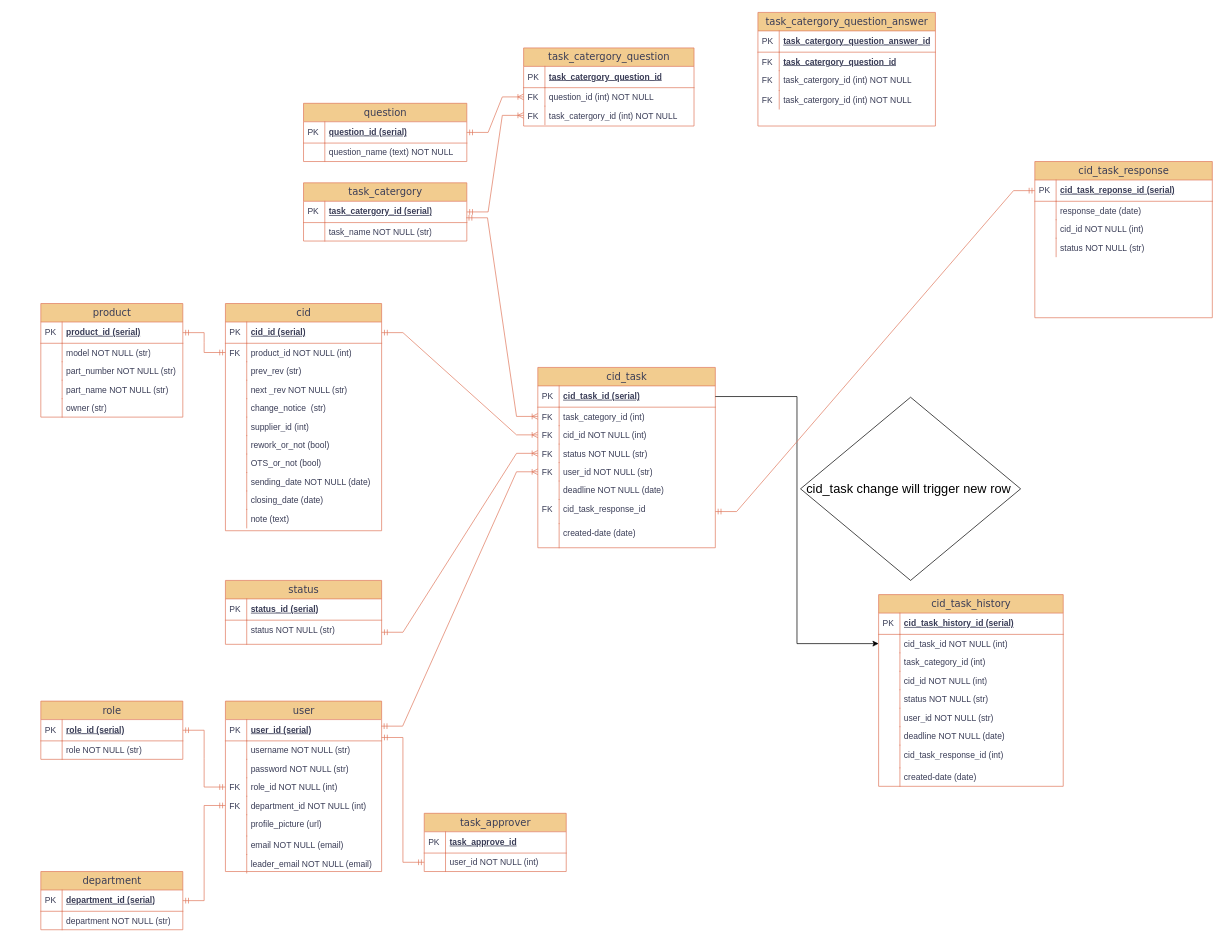
Before: Untitled Diagram.drawio in HieuBuiCong/ResumeHieuBC, a draw.io diagram. Source tidied: cells renumbered, new cells numbered last; positions are measured from the earlier drawing's top-left corner, leaving out a move shared by most shapes. Both pictures are drawn from the tidied source at 71%, with x=0, y=0 at pixel (40, 12).
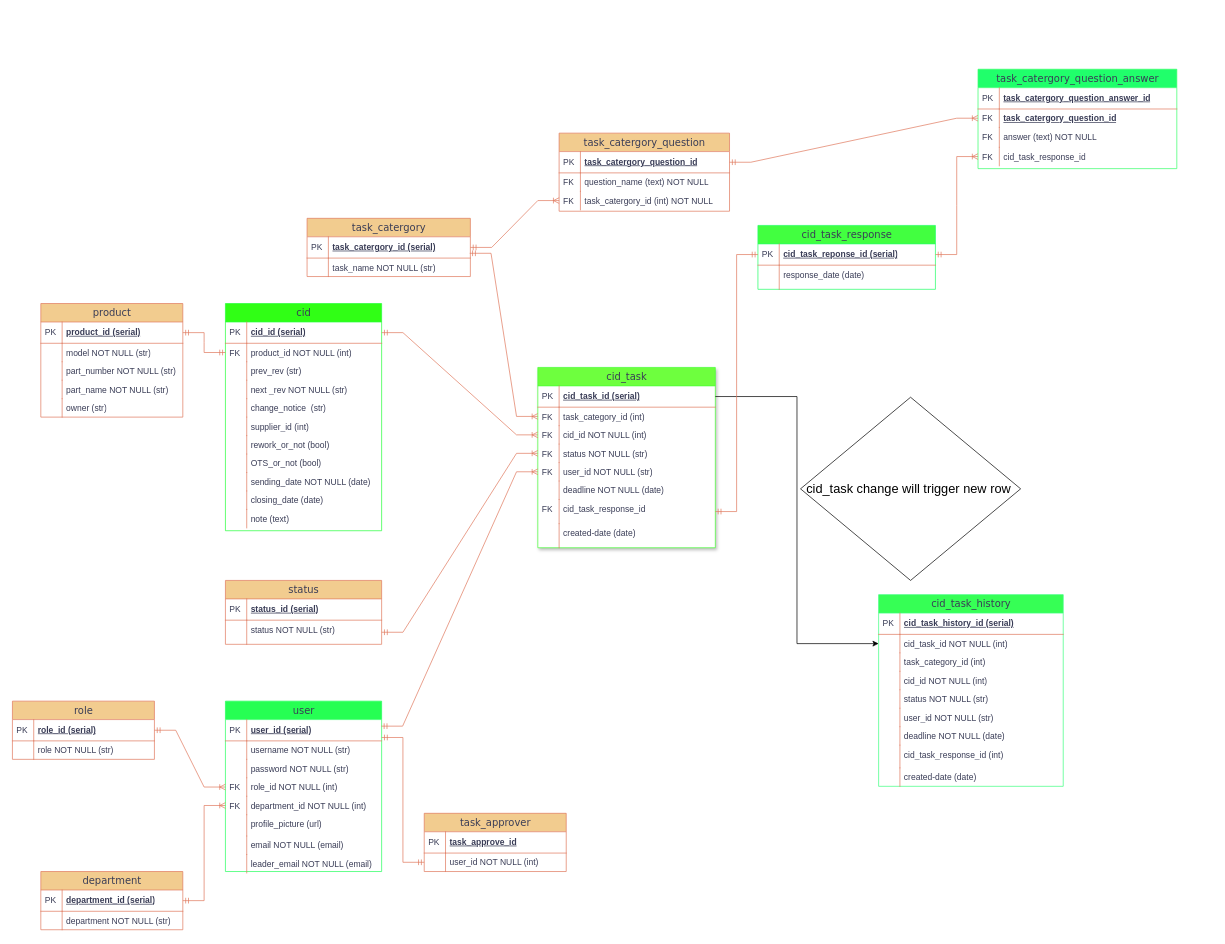
After the change.

Unchanged cells that the change refers to:
```xml
<mxCell id="9" value="role_id NOT NULL (int)" style="shape=partialRectangle;top=0;left=0;right=0;bottom=0;html=1;align=left;verticalAlign=top;fillColor=none;spacingLeft=34;spacingRight=4;whiteSpace=wrap;overflow=hidden;points=[[0,0.5],[1,0.5]];portConstraint=eastwest;labelBackgroundColor=none;strokeColor=#E07A5F;fontColor=#393C56;" parent="2" vertex="1">
  <mxGeometry y="108" width="220" height="26" as="geometry" />
</mxCell>
<mxCell id="11" value="department_id NOT NULL (int)&lt;br&gt;&lt;div&gt;&lt;br&gt;&lt;/div&gt;" style="shape=partialRectangle;top=0;left=0;right=0;bottom=0;html=1;align=left;verticalAlign=top;fillColor=none;spacingLeft=34;spacingRight=4;whiteSpace=wrap;overflow=hidden;points=[[0,0.5],[1,0.5]];portConstraint=eastwest;labelBackgroundColor=none;strokeColor=#E07A5F;fontColor=#393C56;" parent="2" vertex="1">
  <mxGeometry y="134" width="220" height="26" as="geometry" />
</mxCell>
<mxCell id="41" value="department_id (serial)" style="shape=partialRectangle;top=0;left=0;right=0;bottom=1;html=1;align=left;verticalAlign=middle;fillColor=none;spacingLeft=34;spacingRight=4;whiteSpace=wrap;overflow=hidden;points=[[0,0.5],[1,0.5]];portConstraint=eastwest;fontStyle=5;labelBackgroundColor=none;strokeColor=#E07A5F;fontColor=#393C56;" parent="40" vertex="1">
  <mxGeometry y="26" width="200" height="30" as="geometry" />
</mxCell>
<mxCell id="47" value="role_id (serial)" style="shape=partialRectangle;top=0;left=0;right=0;bottom=1;html=1;align=left;verticalAlign=middle;fillColor=none;spacingLeft=34;spacingRight=4;whiteSpace=wrap;overflow=hidden;points=[[0,0.5],[1,0.5]];portConstraint=eastwest;fontStyle=5;labelBackgroundColor=none;strokeColor=#E07A5F;fontColor=#393C56;" parent="46" vertex="1">
  <mxGeometry y="26" width="200" height="30" as="geometry" />
</mxCell>
<mxCell id="125" value="cid_task_reponse_id (serial)" style="shape=partialRectangle;top=0;left=0;right=0;bottom=1;html=1;align=left;verticalAlign=middle;fillColor=none;spacingLeft=34;spacingRight=4;whiteSpace=wrap;overflow=hidden;points=[[0,0.5],[1,0.5]];portConstraint=eastwest;fontStyle=5;labelBackgroundColor=none;strokeColor=#E07A5F;fontColor=#393C56;" parent="124" vertex="1">
  <mxGeometry y="26" width="250" height="30" as="geometry" />
</mxCell>
<mxCell id="140" value="task_catergory_question_id" style="shape=partialRectangle;top=0;left=0;right=0;bottom=1;html=1;align=left;verticalAlign=middle;fillColor=none;spacingLeft=34;spacingRight=4;whiteSpace=wrap;overflow=hidden;points=[[0,0.5],[1,0.5]];portConstraint=eastwest;fontStyle=5;strokeColor=#E07A5F;labelBackgroundColor=none;fontColor=#393C56;" parent="139" vertex="1">
  <mxGeometry y="26" width="240" height="30" as="geometry" />
</mxCell>
```

Diff of the diagram source:
```diff
@@
-    <mxCell id="2" value="user" style="swimlane;html=1;fontStyle=0;horizontal=1;startSize=26;fillColor=#F2CC8F;swimlaneFillColor=#ffffff;align=center;rounded=0;shadow=0;comic=0;labelBackgroundColor=none;strokeWidth=1;fontFamily=Verdana;fontSize=14;strokeColor=#E07A5F;fontColor=#393C56;" parent="1" vertex="1">
+    <mxCell id="2" value="user" style="swimlane;html=1;fontStyle=0;horizontal=1;startSize=26;fillColor=#26FF53;swimlaneFillColor=#ffffff;align=center;rounded=0;shadow=0;comic=0;labelBackgroundColor=none;strokeWidth=1;fontFamily=Verdana;fontSize=14;strokeColor=#26FF5E;fontColor=#393C56;" parent="1" vertex="1">
       <mxGeometry x="260" y="970" width="220" height="240" as="geometry" />
     </mxCell>
@@
-    <mxCell id="17" value="cid" style="swimlane;html=1;fontStyle=0;horizontal=1;startSize=26;fillColor=#F2CC8F;swimlaneFillColor=#ffffff;align=center;rounded=0;shadow=0;comic=0;labelBackgroundColor=none;strokeWidth=1;fontFamily=Verdana;fontSize=14;strokeColor=#E07A5F;fontColor=#393C56;" parent="1" vertex="1">
+    <mxCell id="17" value="cid" style="swimlane;html=1;fontStyle=0;horizontal=1;startSize=26;fillColor=#30FF15;swimlaneFillColor=#ffffff;align=center;rounded=0;shadow=0;comic=0;labelBackgroundColor=none;strokeWidth=1;fontFamily=Verdana;fontSize=14;strokeColor=#26FF3B;fontColor=#393C56;" parent="1" vertex="1">
       <mxGeometry x="260" y="410" width="220" height="320" as="geometry" />
     </mxCell>
@@
-    <mxCell id="45" style="edgeStyle=entityRelationEdgeStyle;fontSize=12;html=1;endArrow=ERmandOne;startArrow=ERmandOne;rounded=0;entryX=0;entryY=0.5;entryDx=0;entryDy=0;exitX=1;exitY=0.5;exitDx=0;exitDy=0;labelBackgroundColor=none;strokeColor=#E07A5F;fontColor=default;" parent="1" edge="1" source="41" target="11">
-      <mxGeometry relative="1" as="geometry">
-        <Array as="points">
-          <mxPoint x="242" y="1193" />
-        </Array>
-      </mxGeometry>
-    </mxCell>
     <mxCell id="46" value="role" style="swimlane;html=1;fontStyle=0;horizontal=1;startSize=26;fillColor=#F2CC8F;swimlaneFillColor=#ffffff;align=center;rounded=0;shadow=0;comic=0;labelBackgroundColor=none;strokeWidth=1;fontFamily=Verdana;fontSize=14;strokeColor=#E07A5F;fontColor=#393C56;" parent="1" vertex="1">
-      <mxGeometry y="970" width="200" height="82" as="geometry" />
+      <mxGeometry x="-40" y="970" width="200" height="82" as="geometry" />
     </mxCell>
@@
-    <mxCell id="51" style="edgeStyle=entityRelationEdgeStyle;fontSize=12;html=1;endArrow=ERmandOne;startArrow=ERmandOne;rounded=0;entryX=0;entryY=0.5;entryDx=0;entryDy=0;exitX=1;exitY=0.5;exitDx=0;exitDy=0;labelBackgroundColor=none;strokeColor=#E07A5F;fontColor=default;" parent="1" edge="1" source="47" target="9">
-      <mxGeometry relative="1" as="geometry">
-        <Array as="points">
-          <mxPoint x="252" y="1203" />
-        </Array>
-      </mxGeometry>
-    </mxCell>
@@
     <mxCell id="63" value="task_catergory" style="swimlane;html=1;fontStyle=0;horizontal=1;startSize=26;fillColor=#F2CC8F;swimlaneFillColor=#ffffff;align=center;rounded=0;shadow=0;comic=0;labelBackgroundColor=none;strokeWidth=1;fontFamily=Verdana;fontSize=14;strokeColor=#E07A5F;fontColor=#393C56;" parent="1" vertex="1">
-      <mxGeometry x="370" y="240" width="230" height="82" as="geometry" />
+      <mxGeometry x="375" y="290" width="230" height="82" as="geometry" />
     </mxCell>
@@
-    <mxCell id="68" value="cid_task" style="swimlane;html=1;fontStyle=0;horizontal=1;startSize=26;fillColor=#F2CC8F;swimlaneFillColor=#ffffff;align=center;rounded=0;shadow=0;comic=0;labelBackgroundColor=none;strokeWidth=1;fontFamily=Verdana;fontSize=14;strokeColor=#E07A5F;fontColor=#393C56;" parent="1" vertex="1">
+    <mxCell id="68" value="cid_task" style="swimlane;html=1;fontStyle=0;horizontal=1;startSize=26;fillColor=#6EFF3E;swimlaneFillColor=#ffffff;align=center;rounded=0;shadow=1;comic=0;labelBackgroundColor=none;strokeWidth=1;fontFamily=Verdana;fontSize=14;strokeColor=#46FF34;fontColor=#393C56;" parent="1" vertex="1">
       <mxGeometry x="700" y="500" width="250" height="254" as="geometry" />
     </mxCell>
@@
-    <mxCell id="97" value="cid_task_history" style="swimlane;html=1;fontStyle=0;horizontal=1;startSize=26;fillColor=#F2CC8F;swimlaneFillColor=#ffffff;align=center;rounded=0;shadow=0;comic=0;labelBackgroundColor=none;strokeWidth=1;fontFamily=Verdana;fontSize=14;strokeColor=#E07A5F;fontColor=#393C56;" parent="1" vertex="1">
+    <mxCell id="97" value="cid_task_history" style="swimlane;html=1;fontStyle=0;horizontal=1;startSize=26;fillColor=#36FF55;swimlaneFillColor=#ffffff;align=center;rounded=0;shadow=0;comic=0;labelBackgroundColor=none;strokeWidth=1;fontFamily=Verdana;fontSize=14;strokeColor=#3EFF80;fontColor=#393C56;" parent="1" vertex="1">
       <mxGeometry x="1180" y="820" width="260" height="270" as="geometry" />
     </mxCell>
@@
-    <mxCell id="124" value="cid_task_response" style="swimlane;html=1;fontStyle=0;horizontal=1;startSize=26;fillColor=#F2CC8F;swimlaneFillColor=#ffffff;align=center;rounded=0;shadow=0;comic=0;labelBackgroundColor=none;strokeWidth=1;fontFamily=Verdana;fontSize=14;strokeColor=#E07A5F;fontColor=#393C56;" parent="1" vertex="1">
-      <mxGeometry x="1400" y="210" width="250" height="220" as="geometry" />
+    <mxCell id="124" value="cid_task_response" style="swimlane;html=1;fontStyle=0;horizontal=1;startSize=26;fillColor=#42FF40;swimlaneFillColor=#ffffff;align=center;rounded=0;shadow=0;comic=0;labelBackgroundColor=none;strokeWidth=1;fontFamily=Verdana;fontSize=14;strokeColor=#22FF67;fontColor=#393C56;" parent="1" vertex="1">
+      <mxGeometry x="1010" y="300" width="250" height="90" as="geometry" />
     </mxCell>
@@
     <mxCell id="127" value="response_date (date)" style="shape=partialRectangle;top=0;left=0;right=0;bottom=0;html=1;align=left;verticalAlign=top;fillColor=none;spacingLeft=34;spacingRight=4;whiteSpace=wrap;overflow=hidden;labelBackgroundColor=none;strokeColor=#E07A5F;fontColor=#393C56;" parent="124" vertex="1">
-      <mxGeometry y="56" width="250" height="26" as="geometry" />
+      <mxGeometry y="56" width="250" height="34" as="geometry" />
     </mxCell>
     <mxCell id="128" style="shape=partialRectangle;top=0;left=0;bottom=0;html=1;fillColor=none;align=left;verticalAlign=top;spacingLeft=4;spacingRight=4;whiteSpace=wrap;overflow=hidden;labelBackgroundColor=none;strokeColor=#E07A5F;fontColor=#393C56;" parent="127" vertex="1">
-      <mxGeometry width="30" height="26" as="geometry" />
+      <mxGeometry width="30" height="34" as="geometry" />
     </mxCell>
-    <mxCell id="129" value="cid_id NOT NULL (int)" style="shape=partialRectangle;top=0;left=0;right=0;bottom=0;html=1;align=left;verticalAlign=top;fillColor=none;spacingLeft=34;spacingRight=4;whiteSpace=wrap;overflow=hidden;labelBackgroundColor=none;strokeColor=#E07A5F;fontColor=#393C56;" parent="124" vertex="1">
-      <mxGeometry y="82" width="250" height="26" as="geometry" />
-    </mxCell>
-    <mxCell id="130" style="shape=partialRectangle;top=0;left=0;bottom=0;html=1;fillColor=none;align=left;verticalAlign=top;spacingLeft=4;spacingRight=4;whiteSpace=wrap;overflow=hidden;labelBackgroundColor=none;strokeColor=#E07A5F;fontColor=#393C56;" parent="129" vertex="1">
-      <mxGeometry width="30" height="26" as="geometry" />
-    </mxCell>
-    <mxCell id="131" value="status NOT NULL (str)" style="shape=partialRectangle;top=0;left=0;right=0;bottom=0;html=1;align=left;verticalAlign=top;fillColor=none;spacingLeft=34;spacingRight=4;whiteSpace=wrap;overflow=hidden;labelBackgroundColor=none;strokeColor=#E07A5F;fontColor=#393C56;" parent="124" vertex="1">
-      <mxGeometry y="108" width="250" height="26" as="geometry" />
-    </mxCell>
-    <mxCell id="132" style="shape=partialRectangle;top=0;left=0;bottom=0;html=1;fillColor=none;align=left;verticalAlign=top;spacingLeft=4;spacingRight=4;whiteSpace=wrap;overflow=hidden;labelBackgroundColor=none;strokeColor=#E07A5F;fontColor=#393C56;" parent="131" vertex="1">
-      <mxGeometry width="30" height="26" as="geometry" />
-    </mxCell>
@@
-    <mxCell id="134" value="question" style="swimlane;html=1;fontStyle=0;horizontal=1;startSize=26;fillColor=#F2CC8F;swimlaneFillColor=#ffffff;align=center;rounded=0;shadow=0;comic=0;labelBackgroundColor=none;strokeWidth=1;fontFamily=Verdana;fontSize=14;strokeColor=#E07A5F;fontColor=#393C56;" parent="1" vertex="1">
-      <mxGeometry x="370" y="128" width="230" height="82" as="geometry" />
-    </mxCell>
-    <mxCell id="135" value="question_id (serial)" style="shape=partialRectangle;top=0;left=0;right=0;bottom=1;html=1;align=left;verticalAlign=middle;fillColor=none;spacingLeft=34;spacingRight=4;whiteSpace=wrap;overflow=hidden;points=[[0,0.5],[1,0.5]];portConstraint=eastwest;fontStyle=5;strokeColor=#E07A5F;labelBackgroundColor=none;fontColor=#393C56;" parent="134" vertex="1">
-      <mxGeometry y="26" width="230" height="30" as="geometry" />
-    </mxCell>
-    <mxCell id="136" value="PK" style="shape=partialRectangle;top=0;left=0;bottom=0;html=1;fillColor=none;align=left;verticalAlign=middle;spacingLeft=4;spacingRight=4;whiteSpace=wrap;overflow=hidden;labelBackgroundColor=none;strokeColor=#E07A5F;fontColor=#393C56;" parent="135" vertex="1">
-      <mxGeometry width="30" height="30" as="geometry" />
-    </mxCell>
-    <mxCell id="137" value="question_name (text) NOT NULL" style="shape=partialRectangle;top=0;left=0;right=0;bottom=0;html=1;align=left;verticalAlign=top;fillColor=none;spacingLeft=34;spacingRight=4;whiteSpace=wrap;overflow=hidden;labelBackgroundColor=none;strokeColor=#E07A5F;fontColor=#393C56;" parent="134" vertex="1">
-      <mxGeometry y="56" width="230" height="26" as="geometry" />
-    </mxCell>
-    <mxCell id="138" style="shape=partialRectangle;top=0;left=0;bottom=0;html=1;fillColor=none;align=left;verticalAlign=top;spacingLeft=4;spacingRight=4;whiteSpace=wrap;overflow=hidden;labelBackgroundColor=none;strokeColor=#E07A5F;fontColor=#393C56;" parent="137" vertex="1">
-      <mxGeometry width="30" height="26" as="geometry" />
-    </mxCell>
     <mxCell id="139" value="task_catergory_question" style="swimlane;html=1;fontStyle=0;horizontal=1;startSize=26;fillColor=#F2CC8F;swimlaneFillColor=#ffffff;align=center;rounded=0;shadow=0;comic=0;labelBackgroundColor=none;strokeWidth=1;fontFamily=Verdana;fontSize=14;strokeColor=#E07A5F;fontColor=#393C56;" parent="1" vertex="1">
-      <mxGeometry x="680" y="50" width="240" height="110" as="geometry" />
+      <mxGeometry x="730" y="170" width="240" height="110" as="geometry" />
     </mxCell>
@@
-    <mxCell id="142" value="question_id (int) NOT NULL" style="shape=partialRectangle;top=0;left=0;right=0;bottom=0;html=1;align=left;verticalAlign=top;fillColor=none;spacingLeft=34;spacingRight=4;whiteSpace=wrap;overflow=hidden;points=[[0,0.5],[1,0.5]];portConstraint=eastwest;labelBackgroundColor=none;strokeColor=#E07A5F;fontColor=#393C56;" parent="139" vertex="1">
+    <mxCell id="142" value="question_name (text) NOT NULL" style="shape=partialRectangle;top=0;left=0;right=0;bottom=0;html=1;align=left;verticalAlign=top;fillColor=none;spacingLeft=34;spacingRight=4;whiteSpace=wrap;overflow=hidden;points=[[0,0.5],[1,0.5]];portConstraint=eastwest;labelBackgroundColor=none;strokeColor=#E07A5F;fontColor=#393C56;" parent="139" vertex="1">
       <mxGeometry y="56" width="240" height="26" as="geometry" />
     </mxCell>
@@
-    <mxCell id="146" style="edgeStyle=entityRelationEdgeStyle;fontSize=12;html=1;endArrow=ERoneToMany;startArrow=ERmandOne;rounded=0;strokeColor=#E07A5F;fontColor=#393C56;fillColor=#F2CC8F;exitX=1;exitY=0.5;exitDx=0;exitDy=0;entryX=0;entryY=0.5;entryDx=0;entryDy=0;" parent="1" edge="1" source="135" target="142">
-      <mxGeometry relative="1" as="geometry">
-        <Array as="points">
-          <mxPoint x="810" y="509" />
-          <mxPoint x="820" y="539" />
-          <mxPoint x="830" y="579" />
-          <mxPoint x="740" y="339" />
-        </Array>
-      </mxGeometry>
-    </mxCell>
@@
-    <mxCell id="148" value="task_catergory_question_answer" style="swimlane;html=1;fontStyle=0;horizontal=1;startSize=26;fillColor=#F2CC8F;swimlaneFillColor=#ffffff;align=center;rounded=0;shadow=0;comic=0;labelBackgroundColor=none;strokeWidth=1;fontFamily=Verdana;fontSize=14;strokeColor=#E07A5F;fontColor=#393C56;" parent="1" vertex="1">
-      <mxGeometry x="1010" width="250" height="160" as="geometry" />
+    <mxCell id="148" value="task_catergory_question_answer" style="swimlane;html=1;fontStyle=0;horizontal=1;startSize=26;fillColor=#20FF6B;swimlaneFillColor=#ffffff;align=center;rounded=0;shadow=0;comic=0;labelBackgroundColor=none;strokeWidth=1;fontFamily=Verdana;fontSize=14;strokeColor=#36FF6A;fontColor=#393C56;" parent="1" vertex="1">
+      <mxGeometry x="1320" y="80" width="280" height="140" as="geometry" />
     </mxCell>
     <mxCell id="149" value="task_catergory_question_answer_id" style="shape=partialRectangle;top=0;left=0;right=0;bottom=1;html=1;align=left;verticalAlign=middle;fillColor=none;spacingLeft=34;spacingRight=4;whiteSpace=wrap;overflow=hidden;fontStyle=5;strokeColor=#E07A5F;labelBackgroundColor=none;fontColor=#393C56;" parent="148" vertex="1">
-      <mxGeometry y="26" width="250" height="30" as="geometry" />
+      <mxGeometry y="26" width="280" height="30" as="geometry" />
     </mxCell>
@@
     <mxCell id="151" value="&lt;span style=&quot;font-weight: 700; text-decoration-line: underline;&quot;&gt;task_catergory_question_id&lt;/span&gt;" style="shape=partialRectangle;top=0;left=0;right=0;bottom=0;html=1;align=left;verticalAlign=top;fillColor=none;spacingLeft=34;spacingRight=4;whiteSpace=wrap;overflow=hidden;points=[[0,0.5],[1,0.5]];portConstraint=eastwest;labelBackgroundColor=none;strokeColor=#E07A5F;fontColor=#393C56;" parent="148" vertex="1">
-      <mxGeometry y="56" width="250" height="26" as="geometry" />
+      <mxGeometry y="56" width="280" height="26" as="geometry" />
     </mxCell>
@@
-    <mxCell id="153" value="task_catergory_id (int) NOT NULL" style="shape=partialRectangle;top=0;left=0;right=0;bottom=0;html=1;align=left;verticalAlign=top;fillColor=none;spacingLeft=34;spacingRight=4;whiteSpace=wrap;overflow=hidden;labelBackgroundColor=none;strokeColor=#E07A5F;fontColor=#393C56;" parent="148" vertex="1">
-      <mxGeometry y="82" width="250" height="28" as="geometry" />
+    <mxCell id="153" value="answer (text) NOT NULL" style="shape=partialRectangle;top=0;left=0;right=0;bottom=0;html=1;align=left;verticalAlign=top;fillColor=none;spacingLeft=34;spacingRight=4;whiteSpace=wrap;overflow=hidden;labelBackgroundColor=none;strokeColor=#E07A5F;fontColor=#393C56;" parent="148" vertex="1">
+      <mxGeometry y="82" width="280" height="28" as="geometry" />
     </mxCell>
@@
-    <mxCell id="155" value="task_catergory_id (int) NOT NULL" style="shape=partialRectangle;top=0;left=0;right=0;bottom=0;html=1;align=left;verticalAlign=top;fillColor=none;spacingLeft=34;spacingRight=4;whiteSpace=wrap;overflow=hidden;points=[[0,0.5],[1,0.5]];portConstraint=eastwest;labelBackgroundColor=none;strokeColor=#E07A5F;fontColor=#393C56;" parent="148" vertex="1">
-      <mxGeometry y="110" width="250" height="26" as="geometry" />
+    <mxCell id="155" value="cid_task_response_id" style="shape=partialRectangle;top=0;left=0;right=0;bottom=0;html=1;align=left;verticalAlign=top;fillColor=none;spacingLeft=34;spacingRight=4;whiteSpace=wrap;overflow=hidden;points=[[0,0.5],[1,0.5]];portConstraint=eastwest;labelBackgroundColor=none;strokeColor=#E07A5F;fontColor=#393C56;" parent="148" vertex="1">
+      <mxGeometry y="110" width="280" height="26" as="geometry" />
     </mxCell>
@@
+    <mxCell id="157" style="edgeStyle=entityRelationEdgeStyle;fontSize=12;html=1;endArrow=ERoneToMany;startArrow=ERmandOne;rounded=0;strokeColor=#E07A5F;fontColor=#393C56;fillColor=#F2CC8F;exitX=1;exitY=0.5;exitDx=0;exitDy=0;entryX=0;entryY=0.5;entryDx=0;entryDy=0;" parent="1" edge="1" source="140" target="151">
+      <mxGeometry relative="1" as="geometry">
+        <Array as="points">
+          <mxPoint x="1100" y="630" />
+          <mxPoint x="990" y="200" />
+          <mxPoint x="990" y="140" />
+          <mxPoint x="1110" y="660" />
+          <mxPoint x="930" y="220" />
+          <mxPoint x="1120" y="700" />
+          <mxPoint x="1030" y="460" />
+        </Array>
+      </mxGeometry>
+    </mxCell>
+    <mxCell id="51" style="edgeStyle=entityRelationEdgeStyle;fontSize=12;html=1;endArrow=ERoneToMany;startArrow=ERmandOne;rounded=0;strokeColor=#E07A5F;fontColor=#393C56;fillColor=#F2CC8F;exitX=1;exitY=0.5;exitDx=0;exitDy=0;entryX=0;entryY=0.5;entryDx=0;entryDy=0;" parent="1" edge="1" source="47" target="9">
+      <mxGeometry relative="1" as="geometry">
+        <Array as="points">
+          <mxPoint x="80" y="1008" />
+        </Array>
+      </mxGeometry>
+    </mxCell>
+    <mxCell id="45" style="edgeStyle=entityRelationEdgeStyle;fontSize=12;html=1;endArrow=ERoneToMany;startArrow=ERmandOne;rounded=0;strokeColor=#E07A5F;fontColor=#393C56;fillColor=#F2CC8F;entryX=0;entryY=0.5;entryDx=0;entryDy=0;exitX=1;exitY=0.5;exitDx=0;exitDy=0;" parent="1" edge="1" source="41" target="11">
+      <mxGeometry relative="1" as="geometry">
+        <Array as="points">
+          <mxPoint x="50" y="1006" />
+          <mxPoint x="130" y="1078" />
+          <mxPoint x="140" y="1118" />
+        </Array>
+      </mxGeometry>
+    </mxCell>
+    <mxCell id="158" style="edgeStyle=entityRelationEdgeStyle;fontSize=12;html=1;endArrow=ERoneToMany;startArrow=ERmandOne;rounded=0;strokeColor=#E07A5F;fontColor=#393C56;fillColor=#F2CC8F;exitX=1;exitY=0.5;exitDx=0;exitDy=0;entryX=0;entryY=0.5;entryDx=0;entryDy=0;" parent="1" edge="1" source="125" target="155">
+      <mxGeometry relative="1" as="geometry">
+        <Array as="points">
+          <mxPoint x="1080" y="701" />
+          <mxPoint x="970" y="271" />
+          <mxPoint x="970" y="211" />
+          <mxPoint x="1090" y="731" />
+          <mxPoint x="910" y="291" />
+          <mxPoint x="1100" y="771" />
+          <mxPoint x="1010" y="531" />
+        </Array>
+      </mxGeometry>
+    </mxCell>
```
